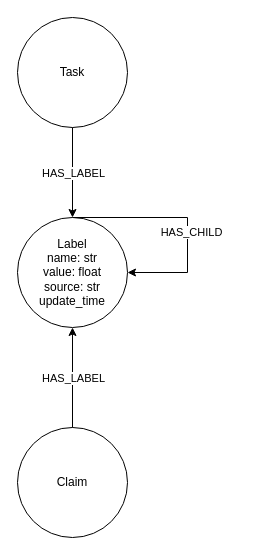
The draw.io diagram taiping-neo4j-arch.drawio in XiaoLiuAI/diagrams, before the edit. Source tidied: cells renumbered, new cells numbered last; positions are measured from the earlier drawing's top-left corner, leaving out a move shared by most shapes. Both pictures are drawn from the tidied source at 100%, with x=0, y=0 at pixel (17, 17).
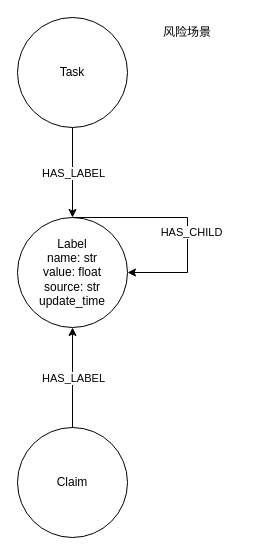
The same diagram, later.

What changed in the source:
```diff
@@
 <mxGraphModel>
   <root>
     <mxCell id="0" />
     <mxCell id="1" parent="0" />
     <mxCell id="2" value="Label&lt;br&gt;name: str&lt;br&gt;value: float&lt;br&gt;source: str&lt;br&gt;update_time" style="ellipse;whiteSpace=wrap;html=1;" parent="1" vertex="1">
       <mxGeometry y="200" width="110" height="110" as="geometry" />
     </mxCell>
     <mxCell id="3" value="Claim" style="ellipse;whiteSpace=wrap;html=1;" parent="1" vertex="1">
       <mxGeometry y="410" width="110" height="110" as="geometry" />
     </mxCell>
     <mxCell id="4" style="endArrow=classic;html=1;rounded=0;edgeStyle=orthogonalEdgeStyle;entryX=0.5;entryY=1;entryDx=0;entryDy=0;exitX=0.5;exitY=0;exitDx=0;exitDy=0;" parent="1" edge="1" source="3" target="2">
       <mxGeometry relative="1" as="geometry" />
     </mxCell>
     <mxCell id="5" value="HAS_LABEL" style="edgeLabel;html=1;align=center;verticalAlign=middle;" parent="4" vertex="1">
       <mxGeometry relative="1" as="geometry" />
     </mxCell>
     <mxCell id="6" style="edgeStyle=elbowEdgeStyle;elbow=horizontal;endArrow=classic;html=1;rounded=0;exitX=0.5;exitY=0;exitDx=0;exitDy=0;entryX=1;entryY=0.5;entryDx=0;entryDy=0;" parent="1" edge="1" source="2" target="2">
       <mxGeometry relative="1" as="geometry">
         <Array as="points">
           <mxPoint x="170" y="220" />
           <mxPoint x="120" y="140" />
         </Array>
       </mxGeometry>
     </mxCell>
     <mxCell id="7" value="HAS_CHILD" style="edgeLabel;html=1;align=center;verticalAlign=middle;" parent="6" vertex="1">
       <mxGeometry x="0.12" y="3" relative="1" as="geometry" />
     </mxCell>
     <mxCell id="8" value="Task" style="ellipse;whiteSpace=wrap;html=1;" parent="1" vertex="1">
       <mxGeometry width="110" height="110" as="geometry" />
     </mxCell>
     <mxCell id="9" style="endArrow=classic;html=1;rounded=0;edgeStyle=orthogonalEdgeStyle;exitX=0.5;exitY=1;exitDx=0;exitDy=0;" parent="1" edge="1" source="8">
       <mxGeometry relative="1" as="geometry">
         <mxPoint x="55" y="200" as="targetPoint" />
       </mxGeometry>
     </mxCell>
     <mxCell id="10" value="HAS_LABEL" style="edgeLabel;html=1;align=center;verticalAlign=middle;" parent="9" vertex="1">
       <mxGeometry relative="1" as="geometry" />
     </mxCell>
+    <mxCell id="11" value="风险场景" style="text;html=1;strokeColor=none;fillColor=none;align=center;verticalAlign=middle;whiteSpace=wrap;rounded=0;" parent="1" vertex="1">
+      <mxGeometry x="120" width="100" height="30" as="geometry" />
+    </mxCell>
   </root>
 </mxGraphModel>
```
